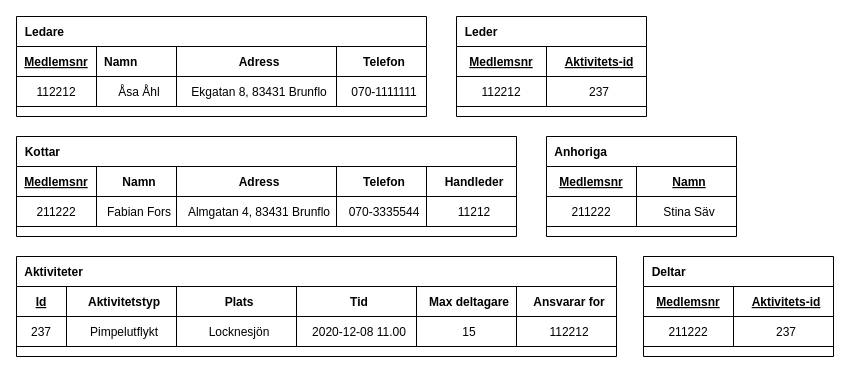
Earlier version of the draw.io diagram page "Tabellschema" (2 of 2) of Brunflomullar.drawio (Ingelisun/ERmodels). Source tidied: cells renumbered, new cells numbered last; positions are measured from the earlier drawing's top-left corner, leaving out a move shared by most shapes. Both pictures are drawn from the tidied source at 100%, with x=0, y=0 at pixel (16, 16).
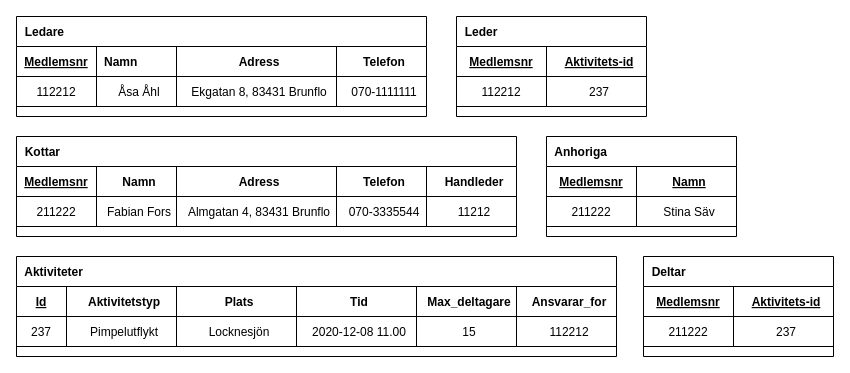
The same page after the edit.

Unchanged cells that the change refers to:
```xml
<mxCell id="27" style="shape=partialRectangle;fillColor=none;top=0;left=0;bottom=1;right=0;" parent="26" vertex="1">
  <mxGeometry y="30" width="600" height="30" as="geometry" />
</mxCell>
```

The edit, as a diff of the source:
```diff
@@
-    <mxCell id="32" value="Max deltagare" style="shape=partialRectangle;fillColor=none;top=0;left=0;bottom=0;right=0;align=center;spacingLeft=6;fontStyle=1;overflow=hidden;" parent="27" vertex="1">
+    <mxCell id="32" value="Max_deltagare" style="shape=partialRectangle;fillColor=none;top=0;left=0;bottom=0;right=0;align=center;spacingLeft=6;fontStyle=1;overflow=hidden;" parent="27" vertex="1">
       <mxGeometry x="400" width="100" height="30" as="geometry" />
     </mxCell>
-    <mxCell id="33" value="Ansvarar for" style="shape=partialRectangle;fillColor=none;top=0;left=0;bottom=0;right=0;align=center;spacingLeft=6;fontStyle=1;overflow=hidden;" parent="27" vertex="1">
+    <mxCell id="33" value="Ansvarar_for" style="shape=partialRectangle;fillColor=none;top=0;left=0;bottom=0;right=0;align=center;spacingLeft=6;fontStyle=1;overflow=hidden;" parent="27" vertex="1">
       <mxGeometry x="500" width="100" height="30" as="geometry" />
     </mxCell>
```
